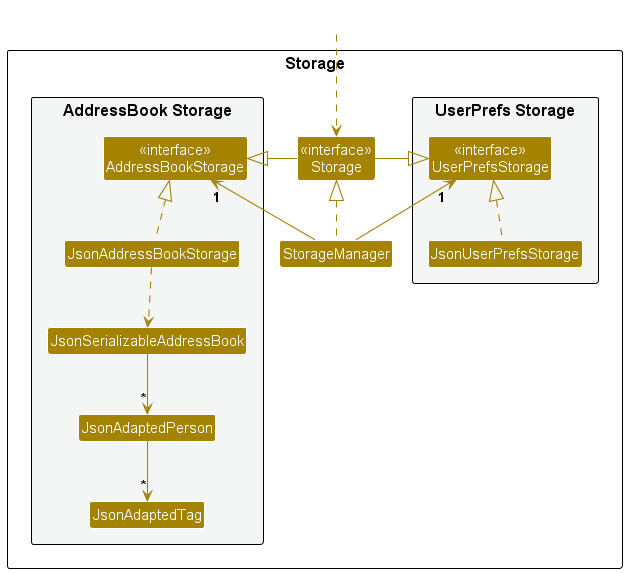
Above: docs/images/StorageClassDiagram.png in nus-cs2103-AY2425S1/tp (PlantUML), before the change.
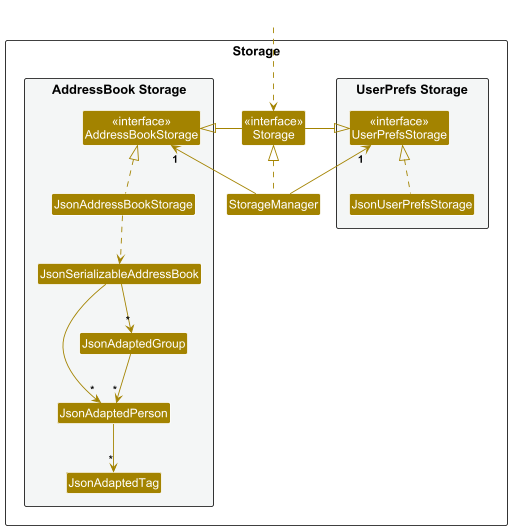
Later version of the same file.

Commit message:
Add a GroupSequenceDiagram uml

The edit, as a diff of the source:
```diff
@@ -19,6 +19,7 @@
 Class JsonAddressBookStorage
 Class JsonSerializableAddressBook
 Class JsonAdaptedPerson
+Class JsonAdaptedGroup
 Class JsonAdaptedTag
 }
 
@@ -38,6 +39,9 @@
 JsonAddressBookStorage .up.|> AddressBookStorage
 JsonAddressBookStorage ..> JsonSerializableAddressBook
 JsonSerializableAddressBook --> "*" JsonAdaptedPerson
+JsonSerializableAddressBook --> "*" JsonAdaptedGroup
+
+JsonAdaptedGroup --> "*" JsonAdaptedPerson
 JsonAdaptedPerson --> "*" JsonAdaptedTag
 
 @enduml
```
